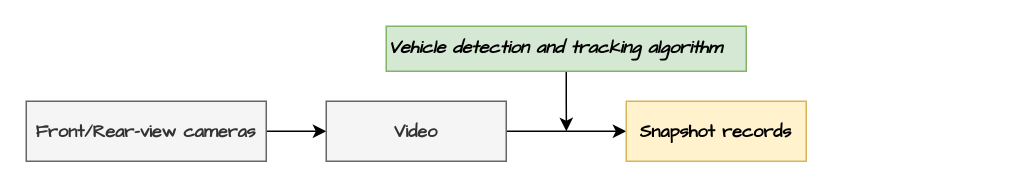
The draw.io diagram CS/PaperReading.drawio in umiskky/Diagrams, before the edit. Source tidied: cells renumbered, new cells numbered last; positions are measured from the earlier drawing's top-left corner, leaving out a move shared by most shapes. Both pictures are drawn from the tidied source at 150%, with x=0, y=0 at pixel (26, 26).
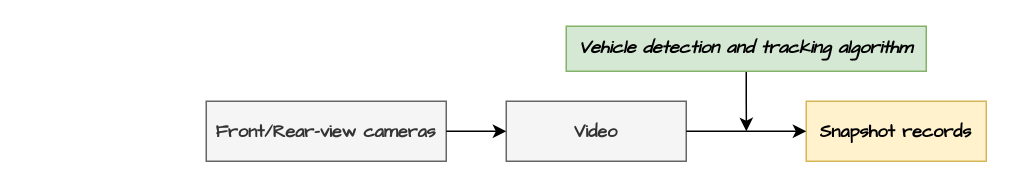
The same diagram, later.

Diff of the diagram source:
```diff
@@
 <mxGraphModel>
   <root>
     <mxCell id="0" />
     <mxCell id="1" parent="0" />
+    <mxCell id="9" style="group;" parent="1" vertex="1">
+      <mxGeometry x="120" width="520" height="90" as="geometry" />
+    </mxCell>
+    <mxCell id="3" value="&lt;div&gt;&lt;b&gt;&lt;font face=&quot;Comic Sans MS&quot;&gt;Front/R&lt;span&gt;ear-view&amp;nbsp;&lt;/span&gt;&lt;span&gt;cameras&lt;/span&gt;&lt;/font&gt;&lt;/b&gt;&lt;/div&gt;" style="rounded=0;whiteSpace=wrap;html=1;fillColor=#f5f5f5;fontColor=#333333;strokeColor=#666666;" parent="9" vertex="1">
+      <mxGeometry y="50" width="160" height="40" as="geometry" />
+    </mxCell>
+    <mxCell id="5" value="&lt;b&gt;&lt;font face=&quot;Comic Sans MS&quot;&gt;Video&lt;/font&gt;&lt;/b&gt;" style="rounded=0;whiteSpace=wrap;html=1;fillColor=#f5f5f5;fontColor=#333333;strokeColor=#666666;" parent="9" vertex="1">
+      <mxGeometry x="200" y="50" width="120" height="40" as="geometry" />
+    </mxCell>
-    <mxCell id="2" style="edgeStyle=orthogonalEdgeStyle;rounded=0;jettySize=auto;html=1;exitX=1;exitY=0.5;exitDx=0;exitDy=0;entryX=0;entryY=0.5;entryDx=0;entryDy=0;" parent="1" edge="1" source="3" target="5">
-      <mxGeometry relative="1" as="geometry" />
+    <mxCell id="2" style="edgeStyle=orthogonalEdgeStyle;rounded=0;jettySize=auto;html=1;exitX=1;exitY=0.5;exitDx=0;exitDy=0;entryX=0;entryY=0.5;entryDx=0;entryDy=0;" parent="9" edge="1" source="3" target="5">
+      <mxGeometry as="geometry" />
     </mxCell>
-    <mxCell id="3" value="&lt;div&gt;&lt;b&gt;&lt;font face=&quot;Comic Sans MS&quot;&gt;Front/R&lt;span&gt;ear-view&amp;nbsp;&lt;/span&gt;&lt;span&gt;cameras&lt;/span&gt;&lt;/font&gt;&lt;/b&gt;&lt;/div&gt;" style="rounded=0;whiteSpace=wrap;html=1;fillColor=#f5f5f5;fontColor=#333333;strokeColor=#666666;" parent="1" vertex="1">
-      <mxGeometry y="50" width="160" height="40" as="geometry" />
-    </mxCell>
+    <mxCell id="6" value="&lt;div&gt;&lt;b&gt;&lt;font face=&quot;Comic Sans MS&quot;&gt;Snapshot records&lt;/font&gt;&lt;/b&gt;&lt;/div&gt;" style="rounded=0;whiteSpace=wrap;html=1;fillColor=#fff2cc;strokeColor=#d6b656;" parent="9" vertex="1">
+      <mxGeometry x="400" y="50" width="120" height="40" as="geometry" />
+    </mxCell>
-    <mxCell id="4" style="edgeStyle=orthogonalEdgeStyle;rounded=0;jettySize=auto;html=1;exitX=1;exitY=0.5;exitDx=0;exitDy=0;entryX=0;entryY=0.5;entryDx=0;entryDy=0;" parent="1" edge="1" source="5" target="6">
-      <mxGeometry relative="1" as="geometry" />
+    <mxCell id="4" style="edgeStyle=orthogonalEdgeStyle;rounded=0;jettySize=auto;html=1;exitX=1;exitY=0.5;exitDx=0;exitDy=0;entryX=0;entryY=0.5;entryDx=0;entryDy=0;" parent="9" edge="1" source="5" target="6">
+      <mxGeometry as="geometry" />
     </mxCell>
-    <mxCell id="5" value="&lt;b&gt;&lt;font face=&quot;Comic Sans MS&quot;&gt;Video&lt;/font&gt;&lt;/b&gt;" style="rounded=0;whiteSpace=wrap;html=1;fillColor=#f5f5f5;fontColor=#333333;strokeColor=#666666;" parent="1" vertex="1">
-      <mxGeometry x="200" y="50" width="120" height="40" as="geometry" />
-    </mxCell>
-    <mxCell id="6" value="&lt;div&gt;&lt;b&gt;&lt;font face=&quot;Comic Sans MS&quot;&gt;Snapshot records&lt;/font&gt;&lt;/b&gt;&lt;/div&gt;" style="rounded=0;whiteSpace=wrap;html=1;fillColor=#fff2cc;strokeColor=#d6b656;" parent="1" vertex="1">
-      <mxGeometry x="400" y="50" width="120" height="40" as="geometry" />
-    </mxCell>
-    <mxCell id="7" style="edgeStyle=orthogonalEdgeStyle;rounded=0;jettySize=auto;html=1;exitX=0.5;exitY=1;exitDx=0;exitDy=0;fontFamily=Comic Sans MS;" parent="1" edge="1" source="8">
-      <mxGeometry relative="1" as="geometry">
+    <mxCell id="7" style="edgeStyle=orthogonalEdgeStyle;rounded=0;jettySize=auto;html=1;exitX=0.5;exitY=1;exitDx=0;exitDy=0;fontFamily=Comic Sans MS;" parent="9" edge="1" source="8">
+      <mxGeometry as="geometry">
         <mxPoint x="360.1" y="70" as="targetPoint" />
       </mxGeometry>
     </mxCell>
-    <mxCell id="8" value="&lt;b&gt;&lt;i&gt;&lt;font face=&quot;Comic Sans MS&quot;&gt;Vehicle detection and tracking algorithm&lt;/font&gt;&lt;/i&gt;&lt;/b&gt;" style="text;whiteSpace=wrap;html=1;strokeColor=#82b366;fillColor=#d5e8d4;" parent="1" vertex="1">
+    <mxCell id="8" value="&lt;b&gt;&lt;i&gt;&lt;font face=&quot;Comic Sans MS&quot;&gt;Vehicle detection and tracking algorithm&lt;/font&gt;&lt;/i&gt;&lt;/b&gt;" style="text;whiteSpace=wrap;html=1;strokeColor=#82b366;fillColor=#d5e8d4;align=center;" parent="9" vertex="1">
       <mxGeometry x="240" width="240" height="30" as="geometry" />
     </mxCell>
   </root>
 </mxGraphModel>
```
